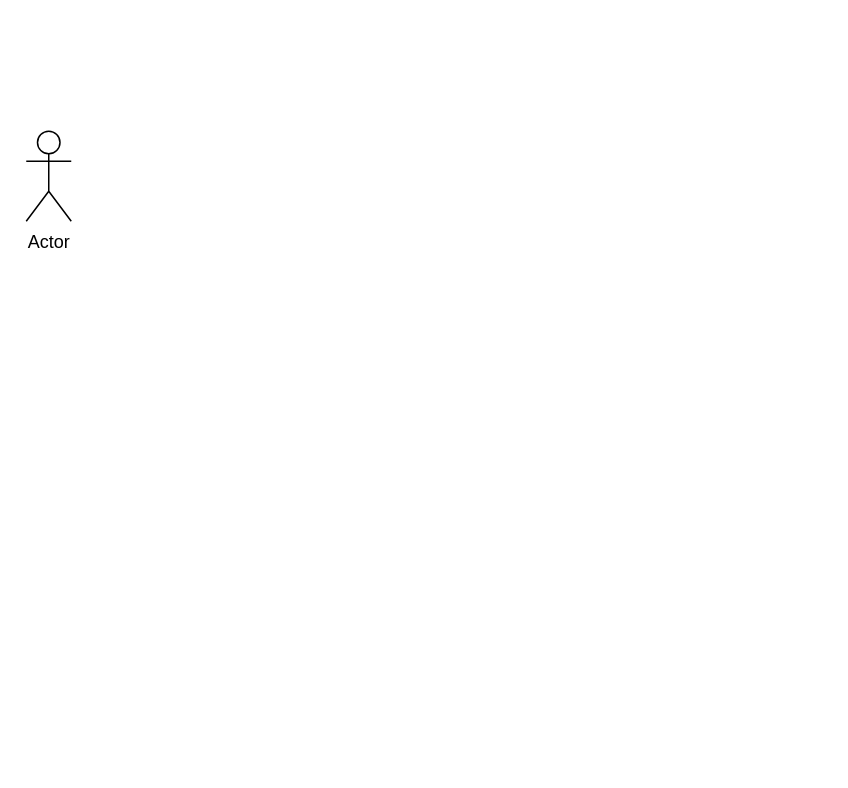
Before: Untitled Diagram.drawio in Walky18/Walky18, a draw.io diagram. Source tidied: cells renumbered, new cells numbered last; positions are measured from the earlier drawing's top-left corner, leaving out a move shared by most shapes. Both pictures are drawn from the tidied source at 150%, with x=0, y=0 at pixel (26, 130).
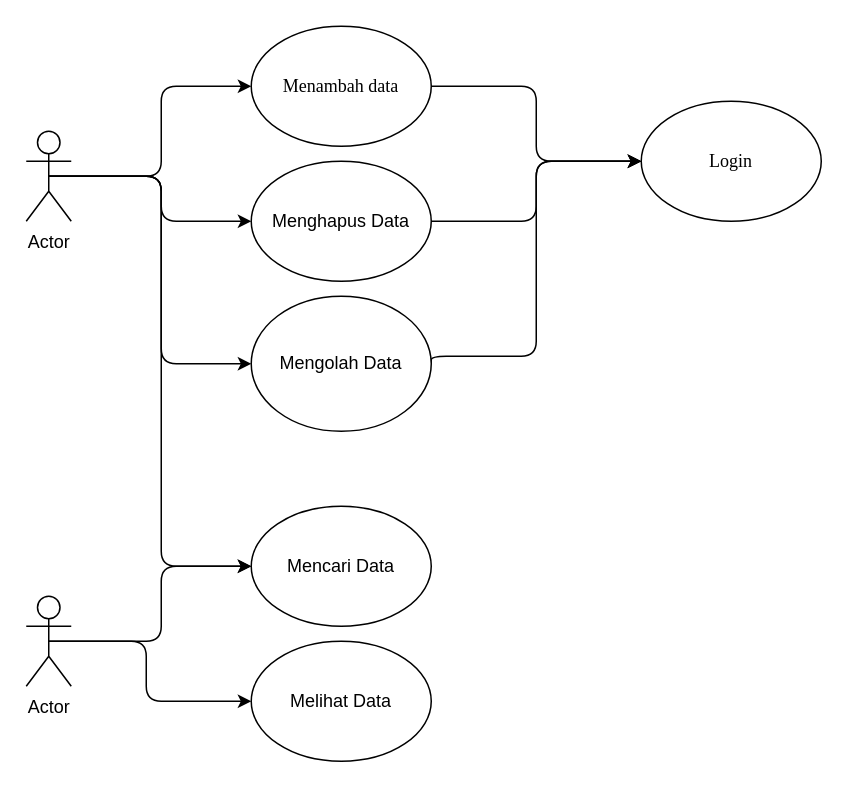
The same diagram, later.

The change refers to these unchanged cells:
```xml
<mxCell id="2" value="Actor" style="shape=umlActor;verticalLabelPosition=bottom;verticalAlign=top;html=1;" parent="1" vertex="1">
  <mxGeometry width="30" height="60" as="geometry" />
</mxCell>
```

Diff of the diagram source:
```diff
@@
+    <mxCell id="3" style="edgeStyle=orthogonalEdgeStyle;jettySize=auto;html=1;exitX=0.5;exitY=0.5;exitDx=0;exitDy=0;exitPerimeter=0;entryX=0;entryY=0.5;entryDx=0;entryDy=0;rounded=1;" parent="1" edge="1" source="2" target="8">
+      <mxGeometry relative="1" as="geometry" />
+    </mxCell>
+    <mxCell id="4" style="edgeStyle=orthogonalEdgeStyle;rounded=1;jettySize=auto;html=1;exitX=0.5;exitY=0.5;exitDx=0;exitDy=0;exitPerimeter=0;" parent="1" edge="1" source="2" target="10">
+      <mxGeometry relative="1" as="geometry" />
+    </mxCell>
+    <mxCell id="5" style="edgeStyle=orthogonalEdgeStyle;rounded=1;jettySize=auto;html=1;exitX=0.5;exitY=0.5;exitDx=0;exitDy=0;exitPerimeter=0;entryX=0;entryY=0.5;entryDx=0;entryDy=0;" parent="1" edge="1" source="2" target="12">
+      <mxGeometry relative="1" as="geometry" />
+    </mxCell>
+    <mxCell id="6" style="edgeStyle=orthogonalEdgeStyle;rounded=1;jettySize=auto;html=1;exitX=0.5;exitY=0.5;exitDx=0;exitDy=0;exitPerimeter=0;entryX=0;entryY=0.5;entryDx=0;entryDy=0;" parent="1" edge="1" source="2" target="13">
+      <mxGeometry relative="1" as="geometry" />
+    </mxCell>
@@
+    <mxCell id="7" style="edgeStyle=orthogonalEdgeStyle;rounded=1;jettySize=auto;html=1;exitX=1;exitY=0.5;exitDx=0;exitDy=0;entryX=0;entryY=0.5;entryDx=0;entryDy=0;fontFamily=Times New Roman;" parent="1" edge="1" source="8" target="18">
+      <mxGeometry relative="1" as="geometry" />
+    </mxCell>
+    <mxCell id="8" value="Menambah data" style="ellipse;whiteSpace=wrap;html=1;fontFamily=Times New Roman;" parent="1" vertex="1">
+      <mxGeometry x="150" y="-70" width="120" height="80" as="geometry" />
+    </mxCell>
+    <mxCell id="9" style="edgeStyle=orthogonalEdgeStyle;rounded=1;jettySize=auto;html=1;exitX=1;exitY=0.5;exitDx=0;exitDy=0;fontFamily=Times New Roman;" parent="1" edge="1" source="10" target="18">
+      <mxGeometry relative="1" as="geometry" />
+    </mxCell>
+    <mxCell id="10" value="Menghapus Data" style="ellipse;whiteSpace=wrap;html=1;" parent="1" vertex="1">
+      <mxGeometry x="150" y="20" width="120" height="80" as="geometry" />
+    </mxCell>
+    <mxCell id="11" style="edgeStyle=orthogonalEdgeStyle;rounded=1;jettySize=auto;html=1;exitX=1;exitY=0.5;exitDx=0;exitDy=0;fontFamily=Times New Roman;" parent="1" edge="1" source="12" target="18">
+      <mxGeometry relative="1" as="geometry">
+        <Array as="points">
+          <mxPoint x="270" y="150" />
+          <mxPoint x="340" y="150" />
+          <mxPoint x="340" y="20" />
+        </Array>
+      </mxGeometry>
+    </mxCell>
+    <mxCell id="12" value="Mengolah Data" style="ellipse;whiteSpace=wrap;html=1;" parent="1" vertex="1">
+      <mxGeometry x="150" y="110" width="120" height="90" as="geometry" />
+    </mxCell>
+    <mxCell id="13" value="Mencari Data" style="ellipse;whiteSpace=wrap;html=1;" parent="1" vertex="1">
+      <mxGeometry x="150" y="250" width="120" height="80" as="geometry" />
+    </mxCell>
+    <mxCell id="14" value="Melihat Data" style="ellipse;whiteSpace=wrap;html=1;" parent="1" vertex="1">
+      <mxGeometry x="150" y="340" width="120" height="80" as="geometry" />
+    </mxCell>
+    <mxCell id="15" style="edgeStyle=orthogonalEdgeStyle;jettySize=auto;html=1;exitX=0.5;exitY=0.5;exitDx=0;exitDy=0;exitPerimeter=0;entryX=0;entryY=0.5;entryDx=0;entryDy=0;rounded=1;" parent="1" edge="1" source="17" target="14">
+      <mxGeometry relative="1" as="geometry">
+        <Array as="points">
+          <mxPoint x="80" y="340" />
+          <mxPoint x="80" y="380" />
+        </Array>
+      </mxGeometry>
+    </mxCell>
+    <mxCell id="16" style="edgeStyle=orthogonalEdgeStyle;rounded=1;jettySize=auto;html=1;exitX=0.5;exitY=0.5;exitDx=0;exitDy=0;exitPerimeter=0;entryX=0;entryY=0.5;entryDx=0;entryDy=0;" parent="1" edge="1" source="17" target="13">
+      <mxGeometry relative="1" as="geometry" />
+    </mxCell>
+    <mxCell id="17" value="Actor" style="shape=umlActor;verticalLabelPosition=bottom;verticalAlign=top;html=1;" parent="1" vertex="1">
+      <mxGeometry y="310" width="30" height="60" as="geometry" />
+    </mxCell>
+    <mxCell id="18" value="Login" style="ellipse;whiteSpace=wrap;html=1;fontFamily=Times New Roman;" parent="1" vertex="1">
+      <mxGeometry x="410" y="-20" width="120" height="80" as="geometry" />
+    </mxCell>
```
